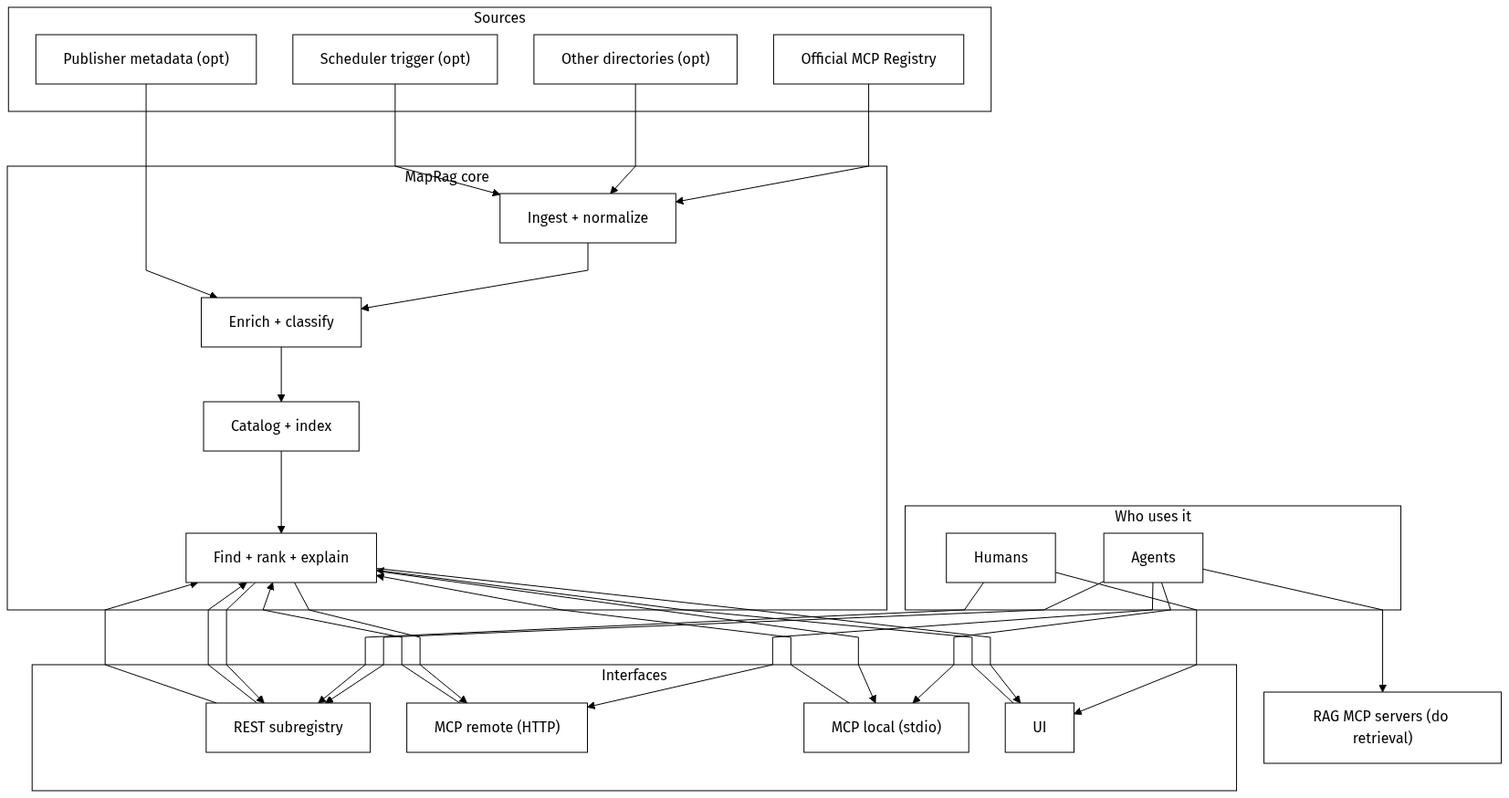
khalidsaidi/ragmap keeps this Mermaid diagram as docs/diagrams/ragmap-architecture.png. Above is the earlier version. Its source is kept beside it as docs/diagrams/ragmap-architecture.mmd.
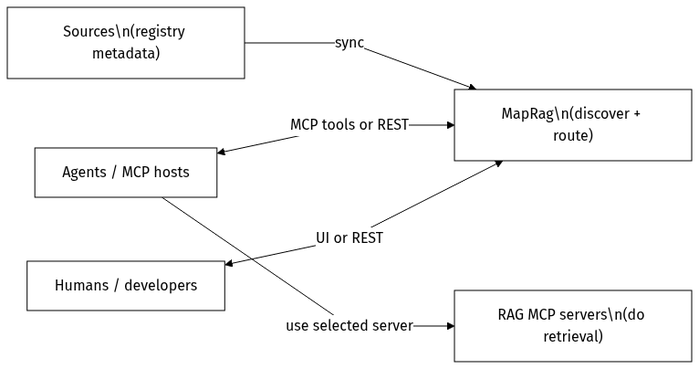
After the commit.

Commit message:
Simplify concept diagram

Change to the diagram source:
```diff
@@ -1,53 +1,15 @@
-%%{init: {"theme":"base","themeVariables":{"primaryColor":"#ffffff","primaryTextColor":"#000000","primaryBorderColor":"#000000","lineColor":"#000000","secondaryColor":"#ffffff","tertiaryColor":"#ffffff","clusterBkg":"#ffffff","clusterBorder":"#000000","edgeLabelBackground":"#ffffff"},"flowchart":{"curve":"linear","nodeSpacing":40,"rankSpacing":60}}}%%
-flowchart TD
+%%{init: {"theme":"base","themeVariables":{"primaryColor":"#ffffff","primaryTextColor":"#000000","primaryBorderColor":"#000000","lineColor":"#000000","secondaryColor":"#ffffff","tertiaryColor":"#ffffff","clusterBkg":"#ffffff","clusterBorder":"#000000","edgeLabelBackground":"#ffffff"},"flowchart":{"curve":"linear","nodeSpacing":70,"rankSpacing":90}}}%%
+flowchart LR
 
-  subgraph S["Sources"]
-    direction TB
-    Upstream["Official MCP Registry"]:::mono
-    Other["Other directories (opt)"]:::mono
-    Publisher["Publisher metadata (opt)"]:::mono
-    Scheduler["Scheduler trigger (opt)"]:::mono
-  end
+  classDef mono fill:#ffffff,stroke:#000000,color:#000000,stroke-width:1px;
 
-  subgraph C["MapRag core"]
-    direction TB
-    Ingest["Ingest + normalize"]:::mono
-    Enrich["Enrich + classify"]:::mono
-    Index["Catalog + index"]:::mono
-    Find["Find + rank + explain"]:::mono
-    Ingest --> Enrich --> Index --> Find
-  end
+  Sources["Sources\n(registry metadata)"]:::mono
+  MapRag["MapRag\n(discover + route)"]:::mono
+  Agents["Agents / MCP hosts"]:::mono
+  Humans["Humans / developers"]:::mono
+  Retrieval["RAG MCP servers\n(do retrieval)"]:::mono
 
-  subgraph I["Interfaces"]
-    direction TB
-    Rest["REST subregistry"]:::mono
-    McpRemote["MCP remote (HTTP)"]:::mono
-    McpLocal["MCP local (stdio)"]:::mono
-    UI["UI"]:::mono
-  end
-
-  subgraph U["Who uses it"]
-    direction TB
-    Agents["Agents"]:::mono
-    Humans["Humans"]:::mono
-  end
-
-  RagServers["RAG MCP servers (do retrieval)"]:::mono
-
-  Upstream --> Ingest
-  Other --> Ingest
-  Scheduler --> Ingest
-  Publisher --> Enrich
-
-  Agents --> McpRemote --> Find
-  Agents --> McpLocal --> Find
-  Agents --> Rest --> Find
-  Humans --> UI --> Find
-  Humans --> Rest --> Find
-
-  Find --> Rest
-  Find --> McpRemote
-  Find --> McpLocal
-  Find --> UI
-
-  Agents --> RagServers
+  Sources -->|sync| MapRag
+  Agents <-->|MCP tools or REST| MapRag
+  Humans <-->|UI or REST| MapRag
+  Agents -->|use selected server| Retrieval
```
